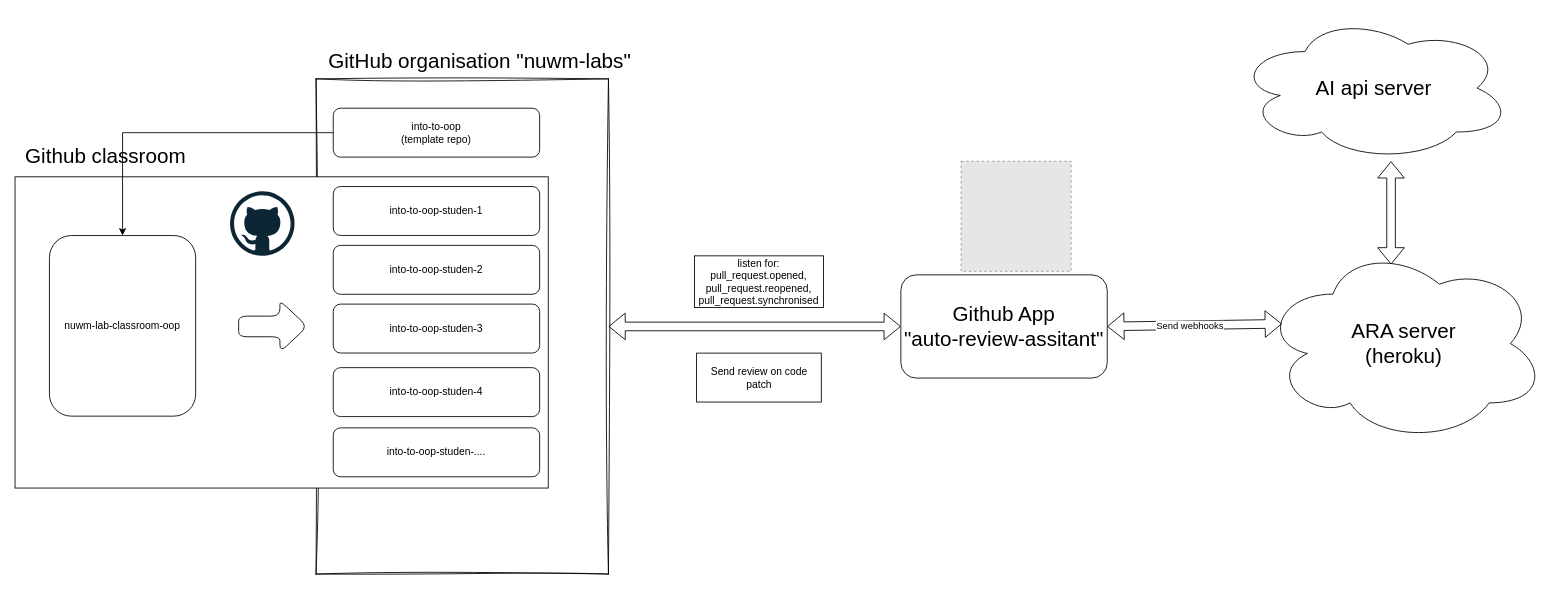
The draw.io diagram diploma.drawio in AlexKom9/draw-io, before the edit. Source tidied: cells renumbered, new cells numbered last; positions are measured from the earlier drawing's top-left corner, leaving out a move shared by most shapes. Both pictures are drawn from the tidied source at 86%, with x=0, y=0 at pixel (15, 15). Pictures stored in the file or linked from it are replaced by grey dashed boxes.
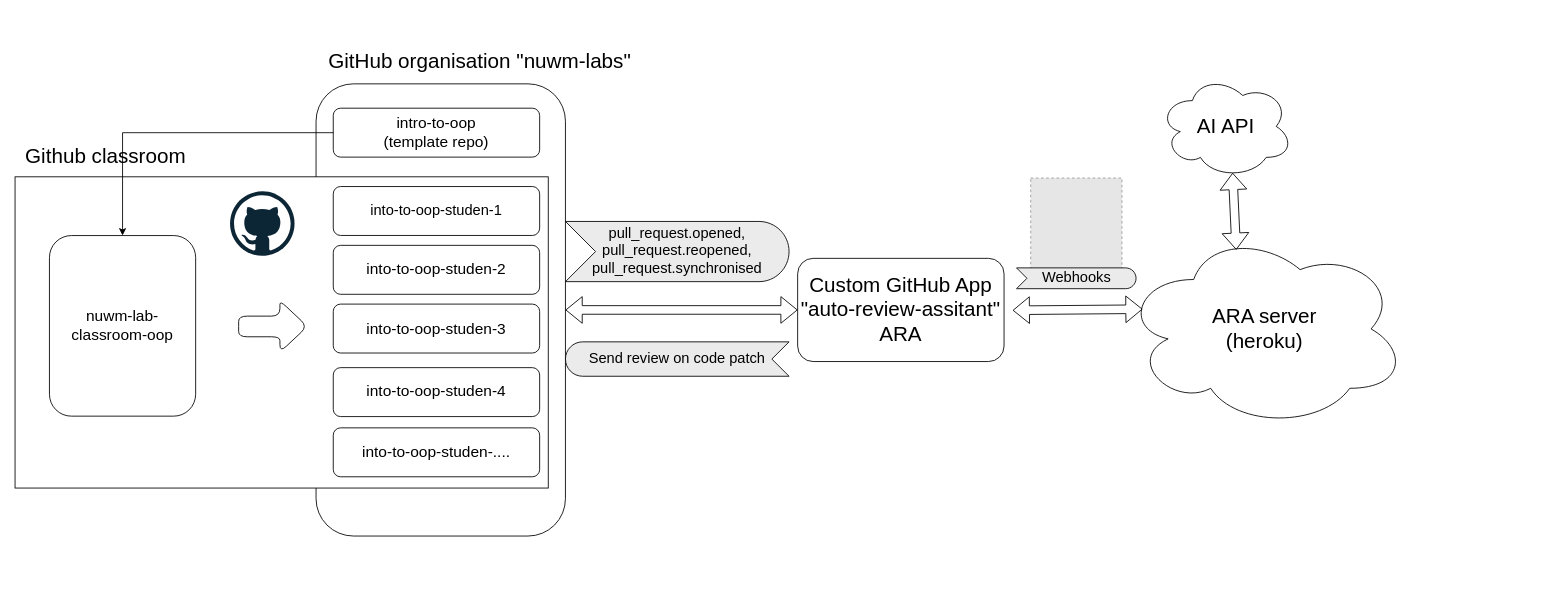
The same page after the edit.

What changed in the source:
```diff
@@
-    <mxCell id="2" style="group;rotation=0;" parent="1" vertex="1">
-      <mxGeometry x="350" y="40" width="650" height="610" as="geometry" />
-    </mxCell>
-    <mxCell id="3" style="rounded=0;whiteSpace=wrap;html=1;glass=0;sketch=1;curveFitting=1;jiggle=2;" parent="2" vertex="1">
-      <mxGeometry y="34.2" width="340" height="575.8" as="geometry" />
-    </mxCell>
+    <mxCell id="21" value="&lt;font style=&quot;font-size: 24px;&quot;&gt;Github classroom&lt;/font&gt;" style="text;html=1;align=center;verticalAlign=middle;strokeColor=none;fillColor=none;" parent="1" vertex="1">
+      <mxGeometry y="145" width="210" height="40" as="geometry" />
+    </mxCell>
+    <mxCell id="22" value="&lt;font style=&quot;font-size: 24px;&quot;&gt;ARA server&lt;br&gt;(heroku)&lt;br&gt;&lt;/font&gt;" style="ellipse;shape=cloud;whiteSpace=wrap;html=1;" parent="1" vertex="1">
+      <mxGeometry x="1288" y="250" width="330" height="230" as="geometry" />
+    </mxCell>
+    <mxCell id="23" style="shape=flexArrow;endArrow=classic;startArrow=classic;html=1;rounded=0;exitX=1;exitY=0.5;exitDx=0;exitDy=0;entryX=0.07;entryY=0.4;entryDx=0;entryDy=0;entryPerimeter=0;" parent="1" edge="1" target="22">
+      <mxGeometry relative="1" as="geometry">
+        <mxPoint x="1160" y="343.3" as="sourcePoint" />
+      </mxGeometry>
+    </mxCell>
+    <mxCell id="25" style="shape=flexArrow;endArrow=classic;startArrow=classic;html=1;rounded=0;exitX=0.4;exitY=0.1;exitDx=0;exitDy=0;exitPerimeter=0;entryX=0.55;entryY=0.95;entryDx=0;entryDy=0;entryPerimeter=0;" parent="1" edge="1" source="22" target="26">
+      <mxGeometry relative="1" as="geometry" />
+    </mxCell>
+    <mxCell id="26" value="&lt;font style=&quot;&quot;&gt;&lt;font style=&quot;font-size: 24px;&quot;&gt;AI API&lt;/font&gt;&lt;br&gt;&lt;/font&gt;" style="ellipse;shape=cloud;whiteSpace=wrap;html=1;" parent="1" vertex="1">
+      <mxGeometry x="1330" y="69.5" width="156" height="120" as="geometry" />
+    </mxCell>
+    <mxCell id="27" style="fillColor=#E6E6E6;strokeColor=#999999;dashed=1;html=1;verticalAlign=top;verticalLabelPosition=bottom;labelBackgroundColor=#ffffff;" parent="1" vertex="1">
+      <mxGeometry x="1181" y="189.5" width="106.1" height="106.1" as="geometry" />
+    </mxCell>
+    <mxCell id="28" style="rounded=1;whiteSpace=wrap;html=1;" parent="1" vertex="1">
+      <mxGeometry x="350" y="80" width="290" height="525.8" as="geometry" />
+    </mxCell>
-    <mxCell id="4" value="&lt;font style=&quot;font-size: 24px;&quot;&gt;GitHub organisation &quot;nuwm-labs&quot;&lt;/font&gt;" style="text;html=1;align=center;verticalAlign=middle;strokeColor=none;fillColor=none;" parent="2" vertex="1">
-      <mxGeometry y="-5.8" width="380" height="40" as="geometry" />
+    <mxCell id="4" value="&lt;font style=&quot;font-size: 24px;&quot;&gt;GitHub organisation &quot;nuwm-labs&quot;&lt;/font&gt;" style="text;html=1;align=center;verticalAlign=middle;strokeColor=none;fillColor=none;" parent="1" vertex="1">
+      <mxGeometry x="350" y="34.2" width="380" height="40" as="geometry" />
     </mxCell>
-    <mxCell id="5" value="into-to-oop&lt;br&gt;(template repo)" style="rounded=1;whiteSpace=wrap;html=1;" parent="2" vertex="1">
-      <mxGeometry x="20" y="68.3" width="240" height="56.9" as="geometry" />
+    <mxCell id="5" value="&lt;font style=&quot;font-size: 18px;&quot;&gt;intro-to-oop&lt;br&gt;(template repo)&lt;/font&gt;" style="rounded=1;whiteSpace=wrap;html=1;" parent="1" vertex="1">
+      <mxGeometry x="370" y="108.3" width="240" height="56.9" as="geometry" />
     </mxCell>
-    <mxCell id="6" style="rounded=0;whiteSpace=wrap;html=1;labelBackgroundColor=#FFFFFF;labelBorderColor=none;textOpacity=0;" parent="2" vertex="1">
-      <mxGeometry x="-350" y="148.1" width="620" height="361.9" as="geometry" />
+    <mxCell id="6" style="rounded=0;whiteSpace=wrap;html=1;labelBackgroundColor=#FFFFFF;labelBorderColor=none;textOpacity=0;" parent="1" vertex="1">
+      <mxGeometry y="188.1" width="620" height="361.9" as="geometry" />
     </mxCell>
-    <mxCell id="7" value="into-to-oop-studen-1" style="rounded=1;whiteSpace=wrap;html=1;" parent="2" vertex="1">
-      <mxGeometry x="20" y="159.4" width="240" height="56.9" as="geometry" />
+    <mxCell id="7" value="&lt;font style=&quot;font-size: 17px;&quot;&gt;into-to-oop-studen-1&lt;/font&gt;" style="rounded=1;whiteSpace=wrap;html=1;" parent="1" vertex="1">
+      <mxGeometry x="370" y="199.4" width="240" height="56.9" as="geometry" />
     </mxCell>
-    <mxCell id="8" value="into-to-oop-studen-2" style="rounded=1;whiteSpace=wrap;html=1;" parent="2" vertex="1">
-      <mxGeometry x="20" y="227.8" width="240" height="56.9" as="geometry" />
+    <mxCell id="8" value="&lt;font style=&quot;font-size: 18px;&quot;&gt;into-to-oop-studen-2&lt;/font&gt;" style="rounded=1;whiteSpace=wrap;html=1;" parent="1" vertex="1">
+      <mxGeometry x="370" y="267.8" width="240" height="56.9" as="geometry" />
     </mxCell>
-    <mxCell id="9" value="into-to-oop-studen-3" style="rounded=1;whiteSpace=wrap;html=1;" parent="2" vertex="1">
-      <mxGeometry x="20" y="296.1" width="240" height="56.9" as="geometry" />
+    <mxCell id="9" value="&lt;font style=&quot;font-size: 18px;&quot;&gt;into-to-oop-studen-3&lt;/font&gt;" style="rounded=1;whiteSpace=wrap;html=1;" parent="1" vertex="1">
+      <mxGeometry x="370" y="336.1" width="240" height="56.9" as="geometry" />
     </mxCell>
-    <mxCell id="10" value="into-to-oop-studen-4" style="rounded=1;whiteSpace=wrap;html=1;" parent="2" vertex="1">
-      <mxGeometry x="20" y="370" width="240" height="56.9" as="geometry" />
+    <mxCell id="10" value="&lt;font style=&quot;font-size: 18px;&quot;&gt;into-to-oop-studen-4&lt;/font&gt;" style="rounded=1;whiteSpace=wrap;html=1;" parent="1" vertex="1">
+      <mxGeometry x="370" y="410" width="240" height="56.9" as="geometry" />
     </mxCell>
-    <mxCell id="11" value="into-to-oop-studen-...." style="rounded=1;whiteSpace=wrap;html=1;" parent="2" vertex="1">
-      <mxGeometry x="20" y="440" width="240" height="56.9" as="geometry" />
+    <mxCell id="11" value="&lt;font style=&quot;font-size: 18px;&quot;&gt;into-to-oop-studen-....&lt;/font&gt;" style="rounded=1;whiteSpace=wrap;html=1;" parent="1" vertex="1">
+      <mxGeometry x="370" y="480" width="240" height="56.9" as="geometry" />
     </mxCell>
-    <mxCell id="12" style="edgeStyle=orthogonalEdgeStyle;rounded=0;orthogonalLoop=1;jettySize=auto;html=1;exitX=0.5;exitY=1;exitDx=0;exitDy=0;" parent="2" edge="1" source="6" target="6">
+    <mxCell id="12" style="edgeStyle=orthogonalEdgeStyle;rounded=0;orthogonalLoop=1;jettySize=auto;html=1;exitX=0.5;exitY=1;exitDx=0;exitDy=0;" parent="1" edge="1" source="6" target="6">
       <mxGeometry relative="1" as="geometry" />
     </mxCell>
-    <mxCell id="13" value="nuwm-lab-classroom-oop" style="rounded=1;whiteSpace=wrap;html=1;" parent="2" vertex="1">
-      <mxGeometry x="-310" y="216.4" width="170" height="210" as="geometry" />
+    <mxCell id="13" value="&lt;font style=&quot;font-size: 18px;&quot;&gt;nuwm-lab-classroom-oop&lt;/font&gt;" style="rounded=1;whiteSpace=wrap;html=1;" parent="1" vertex="1">
+      <mxGeometry x="40" y="256.4" width="170" height="210" as="geometry" />
     </mxCell>
-    <mxCell id="14" style="edgeStyle=orthogonalEdgeStyle;rounded=0;jettySize=auto;html=1;" parent="2" edge="1" source="5" target="13">
+    <mxCell id="14" style="edgeStyle=orthogonalEdgeStyle;rounded=0;jettySize=auto;html=1;" parent="1" edge="1" source="5" target="13">
       <mxGeometry relative="1" as="geometry" />
     </mxCell>
-    <mxCell id="15" style="shape=singleArrow;whiteSpace=wrap;html=1;arrowWidth=0.4;arrowSize=0.4;rounded=1;" parent="2" vertex="1">
-      <mxGeometry x="-90" y="292.1" width="80" height="60" as="geometry" />
+    <mxCell id="15" style="shape=singleArrow;whiteSpace=wrap;html=1;arrowWidth=0.4;arrowSize=0.4;rounded=1;" parent="1" vertex="1">
+      <mxGeometry x="260" y="332.1" width="80" height="60" as="geometry" />
     </mxCell>
-    <mxCell id="16" value="&lt;font style=&quot;font-size: 24px;&quot;&gt;Github App&lt;br&gt;&quot;auto-review-assitant&quot;&lt;/font&gt;" style="rounded=1;whiteSpace=wrap;html=1;" parent="2" vertex="1">
-      <mxGeometry x="680" y="262.1" width="240" height="120" as="geometry" />
+    <mxCell id="16" value="&lt;font style=&quot;font-size: 24px;&quot;&gt;Custom GitHub App&lt;br&gt;&quot;auto-review-assitant&quot;&lt;br&gt;ARA&lt;br&gt;&lt;/font&gt;" style="rounded=1;whiteSpace=wrap;html=1;" parent="1" vertex="1">
+      <mxGeometry x="910" y="282.9" width="240" height="120" as="geometry" />
     </mxCell>
-    <mxCell id="17" style="shape=flexArrow;endArrow=classic;startArrow=classic;html=1;rounded=0;entryX=0;entryY=0.5;entryDx=0;entryDy=0;" parent="2" edge="1" source="3" target="16">
+    <mxCell id="17" style="shape=flexArrow;endArrow=classic;startArrow=classic;html=1;rounded=0;entryX=0;entryY=0.5;entryDx=0;entryDy=0;" parent="1" edge="1" source="28" target="16">
       <mxGeometry relative="1" as="geometry" />
     </mxCell>
-    <mxCell id="18" value="listen for:&lt;br&gt;pull_request.opened,&lt;br&gt;pull_request.reopened,&lt;br&gt;pull_request.synchronised" style="rounded=0;whiteSpace=wrap;html=1;" parent="2" vertex="1">
-      <mxGeometry x="440" y="240" width="150" height="60" as="geometry" />
-    </mxCell>
+    <mxCell id="20" style="dashed=0;html=1;align=center;labelPosition=center;verticalLabelPosition=bottom;verticalAlign=top;shape=mxgraph.weblogos.github;" parent="1" vertex="1">
+      <mxGeometry x="250" y="205" width="75" height="75" as="geometry" />
+    </mxCell>
+    <mxCell id="29" value="&lt;font style=&quot;font-size: 17px;&quot;&gt;pull_request.opened,&lt;br style=&quot;border-color: var(--border-color);&quot;&gt;pull_request.reopened,&lt;br style=&quot;border-color: var(--border-color);&quot;&gt;pull_request.synchronised&lt;/font&gt;" style="html=1;whiteSpace=wrap;fillColor=#EBEBEB;shape=mxgraph.archimate3.event;direction=east;" parent="1" vertex="1">
+      <mxGeometry x="640" y="240" width="260" height="70" as="geometry" />
+    </mxCell>
-    <mxCell id="19" value="Send review on code patch" style="rounded=0;whiteSpace=wrap;html=1;" parent="2" vertex="1">
-      <mxGeometry x="442.5" y="353.1" width="145" height="56.9" as="geometry" />
+    <mxCell id="19" value="&lt;font style=&quot;font-size: 17px;&quot;&gt;Send review on code patch&lt;/font&gt;" style="html=1;whiteSpace=wrap;fillColor=#EBEBEB;shape=mxgraph.archimate3.event;direction=west;" parent="1" vertex="1">
+      <mxGeometry x="640" y="380" width="260" height="40" as="geometry" />
     </mxCell>
-    <mxCell id="20" style="dashed=0;html=1;align=center;labelPosition=center;verticalLabelPosition=bottom;verticalAlign=top;shape=mxgraph.weblogos.github;" parent="2" vertex="1">
-      <mxGeometry x="-100" y="165" width="75" height="75" as="geometry" />
-    </mxCell>
-    <mxCell id="21" value="&lt;font style=&quot;font-size: 24px;&quot;&gt;Github classroom&lt;/font&gt;" style="text;html=1;align=center;verticalAlign=middle;strokeColor=none;fillColor=none;" parent="1" vertex="1">
-      <mxGeometry y="145" width="210" height="40" as="geometry" />
-    </mxCell>
-    <mxCell id="22" value="&lt;font style=&quot;font-size: 24px;&quot;&gt;ARA server&lt;br&gt;(heroku)&lt;br&gt;&lt;/font&gt;" style="ellipse;shape=cloud;whiteSpace=wrap;html=1;" parent="1" vertex="1">
-      <mxGeometry x="1450" y="267" width="330" height="230" as="geometry" />
-    </mxCell>
-    <mxCell id="23" style="shape=flexArrow;endArrow=classic;startArrow=classic;html=1;rounded=0;exitX=1;exitY=0.5;exitDx=0;exitDy=0;entryX=0.07;entryY=0.4;entryDx=0;entryDy=0;entryPerimeter=0;" parent="1" edge="1" source="16" target="22">
-      <mxGeometry relative="1" as="geometry" />
-    </mxCell>
-    <mxCell id="24" value="Send webhooks" style="edgeLabel;html=1;align=center;verticalAlign=middle;" parent="23" vertex="1">
-      <mxGeometry x="-0.05" y="-1" relative="1" as="geometry">
-        <mxPoint x="-1" as="offset" />
-      </mxGeometry>
-    </mxCell>
-    <mxCell id="25" style="shape=flexArrow;endArrow=classic;startArrow=classic;html=1;rounded=0;" parent="1" edge="1">
-      <mxGeometry relative="1" as="geometry">
-        <mxPoint x="1600" y="290" as="sourcePoint" />
-        <mxPoint x="1600" y="170" as="targetPoint" />
-      </mxGeometry>
-    </mxCell>
-    <mxCell id="26" value="&lt;font style=&quot;&quot;&gt;&lt;font style=&quot;font-size: 24px;&quot;&gt;AI api server&lt;/font&gt;&lt;br&gt;&lt;/font&gt;" style="ellipse;shape=cloud;whiteSpace=wrap;html=1;" parent="1" vertex="1">
-      <mxGeometry x="1420" width="320" height="170" as="geometry" />
-    </mxCell>
-    <mxCell id="27" style="fillColor=#E6E6E6;strokeColor=#999999;dashed=1;html=1;verticalAlign=top;verticalLabelPosition=bottom;labelBackgroundColor=#ffffff;" parent="1" vertex="1">
-      <mxGeometry x="1100" y="170" width="128" height="128" as="geometry" />
-    </mxCell>
+    <mxCell id="30" value="&lt;span style=&quot;font-size: 17px;&quot;&gt;Webhooks&lt;/span&gt;" style="html=1;whiteSpace=wrap;fillColor=#EBEBEB;shape=mxgraph.archimate3.event;direction=east;" parent="1" vertex="1">
+      <mxGeometry x="1164.5" y="294" width="139" height="24.2" as="geometry" />
+    </mxCell>
```
